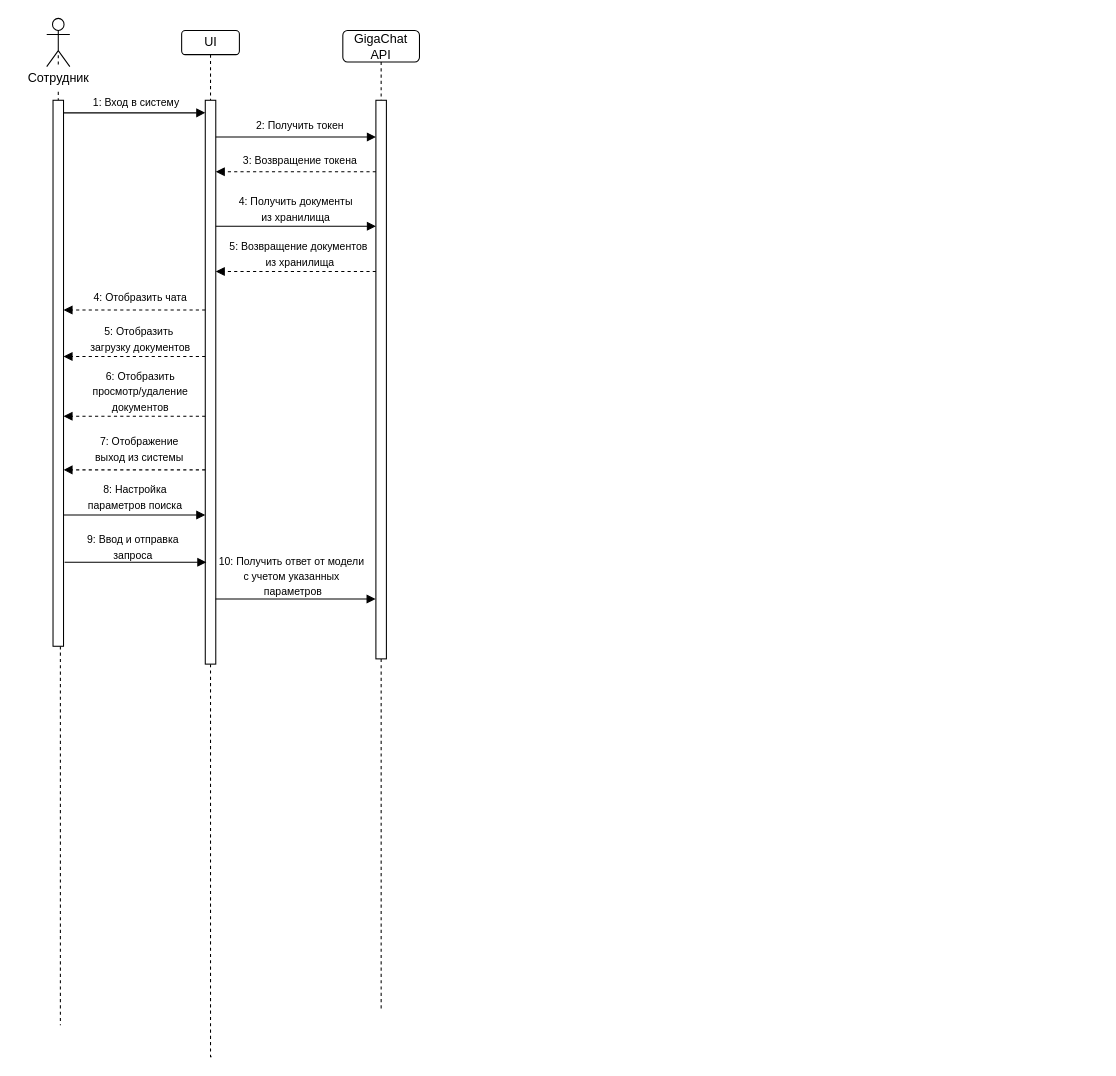
The draw.io diagram page "последовательности" (2 of 2) of 4 FOURTH COURSE/Semester 8/Диплом/Диаграмма без названия.drawio in egorbeckish/Baccalaureate, before the edit. Source tidied: cells renumbered, new cells numbered last; positions are measured from the earlier drawing's top-left corner, leaving out a move shared by most shapes. Both pictures are drawn from the tidied source at 105%, with x=0, y=0 at pixel (18, 18).
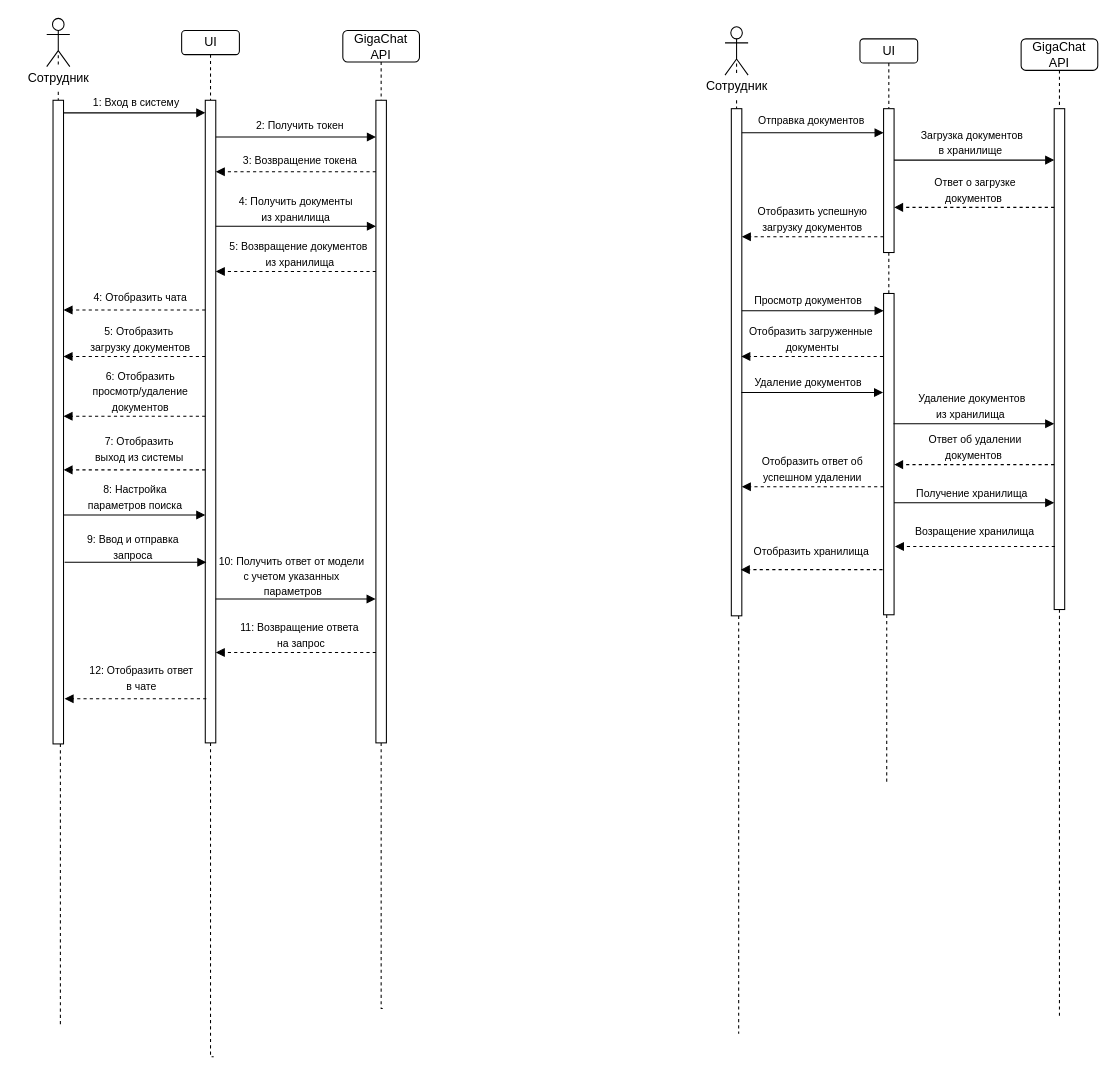
The same page after the edit.

Diff of the diagram source:
```diff
@@
     <mxCell id="11" style="html=1;points=[[0,0,0,0,5],[0,1,0,0,-5],[1,0,0,0,5],[1,1,0,0,-5]];perimeter=orthogonalPerimeter;outlineConnect=0;targetShapes=umlLifeline;portConstraint=eastwest;newEdgeStyle={&quot;curved&quot;:0,&quot;rounded&quot;:0};" parent="1" vertex="1">
-      <mxGeometry x="33" y="78" width="10" height="520" as="geometry" />
+      <mxGeometry x="33" y="78" width="10" height="613" as="geometry" />
     </mxCell>
@@
     <mxCell id="13" style="html=1;points=[[0,0,0,0,5],[0,1,0,0,-5],[1,0,0,0,5],[1,1,0,0,-5]];perimeter=orthogonalPerimeter;outlineConnect=0;targetShapes=umlLifeline;portConstraint=eastwest;newEdgeStyle={&quot;curved&quot;:0,&quot;rounded&quot;:0};" parent="1" vertex="1">
-      <mxGeometry x="178" y="78" width="10" height="537" as="geometry" />
+      <mxGeometry x="178" y="78" width="10" height="612" as="geometry" />
     </mxCell>
@@
     <mxCell id="15" style="html=1;points=[[0,0,0,0,5],[0,1,0,0,-5],[1,0,0,0,5],[1,1,0,0,-5]];perimeter=orthogonalPerimeter;outlineConnect=0;targetShapes=umlLifeline;portConstraint=eastwest;newEdgeStyle={&quot;curved&quot;:0,&quot;rounded&quot;:0};" parent="1" vertex="1">
-      <mxGeometry x="340.5" y="78" width="10" height="532" as="geometry" />
+      <mxGeometry x="340.5" y="78" width="10" height="612" as="geometry" />
     </mxCell>
@@
-    <mxCell id="29" value="&lt;font style=&quot;font-size: 10px;&quot;&gt;7: Отображение&lt;/font&gt;&lt;div&gt;&lt;font style=&quot;font-size: 10px;&quot;&gt;выход из системы&lt;/font&gt;&lt;/div&gt;" style="text;html=1;align=center;verticalAlign=middle;strokeColor=none;fillColor=none;" parent="1" vertex="1">
+    <mxCell id="29" value="&lt;font style=&quot;font-size: 10px;&quot;&gt;7: Отобразить&lt;/font&gt;&lt;div&gt;&lt;font style=&quot;font-size: 10px;&quot;&gt;выход из системы&lt;/font&gt;&lt;/div&gt;" style="text;html=1;align=center;verticalAlign=middle;strokeColor=none;fillColor=none;" parent="1" vertex="1">
       <mxGeometry x="64" y="389" width="102" height="41" as="geometry" />
     </mxCell>
@@
+    <mxCell id="40" style="endArrow=block;html=1;rounded=0;endFill=1;dashed=1;" parent="1" edge="1">
+      <mxGeometry relative="1" as="geometry">
+        <mxPoint x="340.5" y="604" as="sourcePoint" />
+        <mxPoint x="188" y="604" as="targetPoint" />
+      </mxGeometry>
+    </mxCell>
+    <mxCell id="41" value="&lt;font style=&quot;font-size: 10px;&quot;&gt;11: Возвращение ответа&amp;nbsp;&lt;/font&gt;&lt;div&gt;&lt;font style=&quot;font-size: 10px;&quot;&gt;на запрос&lt;/font&gt;&lt;/div&gt;" style="text;html=1;align=center;verticalAlign=middle;strokeColor=none;fillColor=none;" parent="1" vertex="1">
+      <mxGeometry x="202" y="566" width="133" height="41" as="geometry" />
+    </mxCell>
+    <mxCell id="42" style="endArrow=block;html=1;rounded=0;endFill=1;dashed=1;entryX=1;entryY=0.351;entryDx=0;entryDy=0;entryPerimeter=0;" parent="1" edge="1">
+      <mxGeometry relative="1" as="geometry">
+        <mxPoint x="179" y="648" as="sourcePoint" />
+        <mxPoint x="44" y="648" as="targetPoint" />
+      </mxGeometry>
+    </mxCell>
+    <mxCell id="43" value="&lt;font style=&quot;font-size: 10px;&quot;&gt;12: Отобразить ответ&lt;/font&gt;&lt;div&gt;&lt;font style=&quot;font-size: 10px;&quot;&gt;в чате&lt;/font&gt;&lt;/div&gt;" style="text;html=1;align=center;verticalAlign=middle;strokeColor=none;fillColor=none;" parent="1" vertex="1">
+      <mxGeometry x="58" y="607" width="117" height="41" as="geometry" />
+    </mxCell>
+    <mxCell id="44" style="shape=umlActor;verticalLabelPosition=bottom;verticalAlign=top;html=1;" parent="1" vertex="1">
+      <mxGeometry x="673" y="8" width="22" height="46" as="geometry" />
+    </mxCell>
+    <mxCell id="45" style="endArrow=none;dashed=1;html=1;rounded=0;entryX=0.5;entryY=0;entryDx=0;entryDy=0;entryPerimeter=0;" parent="1" edge="1" source="47">
+      <mxGeometry relative="1" as="geometry">
+        <mxPoint x="684" y="41" as="targetPoint" />
+      </mxGeometry>
+    </mxCell>
+    <mxCell id="46" style="edgeStyle=orthogonalEdgeStyle;rounded=0;jettySize=auto;html=1;dashed=1;endArrow=none;startFill=0;" parent="1" edge="1" source="52">
+      <mxGeometry relative="1" as="geometry">
+        <mxPoint x="686" y="967" as="targetPoint" />
+        <Array as="points">
+          <mxPoint x="686" y="680" />
+          <mxPoint x="686" y="680" />
+        </Array>
+      </mxGeometry>
+    </mxCell>
+    <mxCell id="47" value="Сотрудник" style="text;html=1;align=center;verticalAlign=middle;points=[];strokeColor=none;fillColor=none;" parent="1" vertex="1">
+      <mxGeometry x="646" y="52" width="76" height="26" as="geometry" />
+    </mxCell>
+    <mxCell id="48" value="UI" style="rounded=1;whiteSpace=wrap;html=1;" parent="1" vertex="1">
+      <mxGeometry x="801.5" y="19.5" width="55" height="23" as="geometry" />
+    </mxCell>
+    <mxCell id="49" style="edgeStyle=orthogonalEdgeStyle;rounded=0;jettySize=auto;html=1;endArrow=none;startFill=0;dashed=1;" parent="1" edge="1" source="55">
+      <mxGeometry relative="1" as="geometry">
+        <mxPoint x="993" y="951" as="targetPoint" />
+        <Array as="points">
+          <mxPoint x="991" y="490" />
+        </Array>
+      </mxGeometry>
+    </mxCell>
+    <mxCell id="50" value="GigaChat API" style="rounded=1;whiteSpace=wrap;html=1;" parent="1" vertex="1">
+      <mxGeometry x="955" y="19.5" width="73" height="30" as="geometry" />
+    </mxCell>
+    <mxCell id="51" style="edgeStyle=orthogonalEdgeStyle;rounded=0;jettySize=auto;html=1;dashed=1;endArrow=none;startFill=0;" parent="1" edge="1" source="47" target="52">
+      <mxGeometry relative="1" as="geometry">
+        <Array as="points">
+          <mxPoint x="682" y="111" />
+          <mxPoint x="682" y="111" />
+        </Array>
+      </mxGeometry>
+    </mxCell>
+    <mxCell id="52" style="html=1;points=[[0,0,0,0,5],[0,1,0,0,-5],[1,0,0,0,5],[1,1,0,0,-5]];perimeter=orthogonalPerimeter;outlineConnect=0;targetShapes=umlLifeline;portConstraint=eastwest;newEdgeStyle={&quot;curved&quot;:0,&quot;rounded&quot;:0};" parent="1" vertex="1">
+      <mxGeometry x="679" y="86" width="10" height="483" as="geometry" />
+    </mxCell>
+    <mxCell id="53" style="edgeStyle=orthogonalEdgeStyle;rounded=0;jettySize=auto;html=1;dashed=1;endArrow=none;startFill=0;" parent="1" edge="1" source="58">
+      <mxGeometry relative="1" as="geometry">
+        <mxPoint x="829" y="86" as="targetPoint" />
+        <Array as="points">
+          <mxPoint x="829" y="209" />
+        </Array>
+      </mxGeometry>
+    </mxCell>
+    <mxCell id="54" style="edgeStyle=orthogonalEdgeStyle;rounded=0;jettySize=auto;html=1;endArrow=none;startFill=0;dashed=1;" parent="1" edge="1" source="50" target="55">
+      <mxGeometry relative="1" as="geometry">
+        <Array as="points">
+          <mxPoint x="991" y="184" />
+          <mxPoint x="991" y="184" />
+        </Array>
+      </mxGeometry>
+    </mxCell>
+    <mxCell id="55" style="html=1;points=[[0,0,0,0,5],[0,1,0,0,-5],[1,0,0,0,5],[1,1,0,0,-5]];perimeter=orthogonalPerimeter;outlineConnect=0;targetShapes=umlLifeline;portConstraint=eastwest;newEdgeStyle={&quot;curved&quot;:0,&quot;rounded&quot;:0};" parent="1" vertex="1">
+      <mxGeometry x="986.5" y="86" width="10" height="477" as="geometry" />
+    </mxCell>
+    <mxCell id="56" style="edgeStyle=orthogonalEdgeStyle;rounded=0;jettySize=auto;html=1;dashed=1;endArrow=none;startFill=0;" parent="1" edge="1" source="48" target="58">
+      <mxGeometry relative="1" as="geometry">
+        <Array as="points">
+          <mxPoint x="829" y="123" />
+          <mxPoint x="829" y="123" />
+        </Array>
+      </mxGeometry>
+    </mxCell>
+    <mxCell id="57" style="edgeStyle=orthogonalEdgeStyle;rounded=0;jettySize=auto;html=1;dashed=1;endArrow=none;startFill=0;" parent="1" edge="1" source="68" target="58">
+      <mxGeometry relative="1" as="geometry">
+        <Array as="points">
+          <mxPoint x="829" y="242" />
+          <mxPoint x="829" y="242" />
+        </Array>
+      </mxGeometry>
+    </mxCell>
+    <mxCell id="58" style="html=1;points=[[0,0,0,0,5],[0,1,0,0,-5],[1,0,0,0,5],[1,1,0,0,-5]];perimeter=orthogonalPerimeter;outlineConnect=0;targetShapes=umlLifeline;portConstraint=eastwest;newEdgeStyle={&quot;curved&quot;:0,&quot;rounded&quot;:0};" parent="1" vertex="1">
+      <mxGeometry x="824" y="86" width="10" height="137" as="geometry" />
+    </mxCell>
+    <mxCell id="59" style="endArrow=block;html=1;rounded=0;endFill=1;entryX=0;entryY=0.071;entryDx=0;entryDy=0;entryPerimeter=0;" parent="1" edge="1">
+      <mxGeometry relative="1" as="geometry">
+        <mxPoint x="689" y="109" as="sourcePoint" />
+        <mxPoint x="824" y="109" as="targetPoint" />
+      </mxGeometry>
+    </mxCell>
+    <mxCell id="60" value="&lt;font style=&quot;font-size: 10px;&quot;&gt;Отправка документов&lt;/font&gt;" style="text;html=1;align=center;verticalAlign=middle;strokeColor=none;fillColor=none;" parent="1" vertex="1">
+      <mxGeometry x="695" y="84" width="119" height="26" as="geometry" />
+    </mxCell>
+    <mxCell id="61" style="endArrow=block;html=1;rounded=0;endFill=1;" parent="1" edge="1" target="55">
+      <mxGeometry relative="1" as="geometry">
+        <mxPoint x="834" y="135" as="sourcePoint" />
+      </mxGeometry>
+    </mxCell>
+    <mxCell id="62" value="&lt;font style=&quot;font-size: 10px;&quot;&gt;Загрузка документов&lt;/font&gt;&lt;div&gt;&lt;font style=&quot;font-size: 10px;&quot;&gt;в хранилище&amp;nbsp;&lt;/font&gt;&lt;/div&gt;" style="text;html=1;align=center;verticalAlign=middle;strokeColor=none;fillColor=none;" parent="1" vertex="1">
+      <mxGeometry x="850" y="97" width="115" height="41" as="geometry" />
+    </mxCell>
+    <mxCell id="63" style="endArrow=block;html=1;rounded=0;endFill=1;dashed=1;" parent="1" edge="1">
+      <mxGeometry relative="1" as="geometry">
+        <mxPoint x="986.5" y="180" as="sourcePoint" />
+        <mxPoint x="834" y="180" as="targetPoint" />
+      </mxGeometry>
+    </mxCell>
+    <mxCell id="64" value="&lt;font style=&quot;font-size: 10px;&quot;&gt;Ответ о загрузке&lt;/font&gt;&lt;div&gt;&lt;span style=&quot;font-size: 10px; background-color: transparent; color: light-dark(rgb(0, 0, 0), rgb(255, 255, 255));&quot;&gt;документов&amp;nbsp;&lt;/span&gt;&lt;/div&gt;" style="text;html=1;align=center;verticalAlign=middle;strokeColor=none;fillColor=none;" parent="1" vertex="1">
+      <mxGeometry x="863" y="142" width="95" height="41" as="geometry" />
+    </mxCell>
+    <mxCell id="65" style="endArrow=block;html=1;rounded=0;endFill=1;dashed=1;" parent="1" edge="1">
+      <mxGeometry relative="1" as="geometry">
+        <mxPoint x="824" y="208" as="sourcePoint" />
+        <mxPoint x="689" y="208" as="targetPoint" />
+      </mxGeometry>
+    </mxCell>
+    <mxCell id="66" value="&lt;font style=&quot;font-size: 10px;&quot;&gt;Отобразить успешную&lt;/font&gt;&lt;div&gt;&lt;font style=&quot;font-size: 10px;&quot;&gt;загрузку документов&lt;/font&gt;&lt;/div&gt;" style="text;html=1;align=center;verticalAlign=middle;strokeColor=none;fillColor=none;" parent="1" vertex="1">
+      <mxGeometry x="695" y="170" width="122" height="41" as="geometry" />
+    </mxCell>
+    <mxCell id="67" style="edgeStyle=orthogonalEdgeStyle;rounded=0;jettySize=auto;html=1;dashed=1;endArrow=none;startFill=0;" parent="1" edge="1" target="68">
+      <mxGeometry relative="1" as="geometry">
+        <mxPoint x="827" y="727" as="sourcePoint" />
+        <Array as="points">
+          <mxPoint x="827" y="563" />
+          <mxPoint x="828" y="563" />
+        </Array>
+      </mxGeometry>
+    </mxCell>
+    <mxCell id="68" style="html=1;points=[[0,0,0,0,5],[0,1,0,0,-5],[1,0,0,0,5],[1,1,0,0,-5]];perimeter=orthogonalPerimeter;outlineConnect=0;targetShapes=umlLifeline;portConstraint=eastwest;newEdgeStyle={&quot;curved&quot;:0,&quot;rounded&quot;:0};" parent="1" vertex="1">
+      <mxGeometry x="824" y="262" width="10" height="306" as="geometry" />
+    </mxCell>
+    <mxCell id="69" style="endArrow=block;html=1;rounded=0;endFill=1;entryX=0;entryY=0.071;entryDx=0;entryDy=0;entryPerimeter=0;" parent="1" edge="1">
+      <mxGeometry relative="1" as="geometry">
+        <mxPoint x="689" y="278.4" as="sourcePoint" />
+        <mxPoint x="824" y="278.4" as="targetPoint" />
+      </mxGeometry>
+    </mxCell>
+    <mxCell id="70" value="&lt;font style=&quot;font-size: 10px;&quot;&gt;Просмотр документов&lt;/font&gt;" style="text;html=1;align=center;verticalAlign=middle;strokeColor=none;fillColor=none;" parent="1" vertex="1">
+      <mxGeometry x="691" y="256" width="121" height="26" as="geometry" />
+    </mxCell>
+    <mxCell id="71" style="endArrow=block;html=1;rounded=0;endFill=1;dashed=1;" parent="1" edge="1">
+      <mxGeometry relative="1" as="geometry">
+        <mxPoint x="823.5" y="322" as="sourcePoint" />
+        <mxPoint x="688.5" y="322" as="targetPoint" />
+      </mxGeometry>
+    </mxCell>
+    <mxCell id="72" value="&lt;font style=&quot;font-size: 10px;&quot;&gt;Отобразить&amp;nbsp;&lt;/font&gt;&lt;span style=&quot;font-size: 10px; background-color: transparent; color: light-dark(rgb(0, 0, 0), rgb(255, 255, 255));&quot;&gt;загруженные&amp;nbsp;&lt;/span&gt;&lt;div&gt;&lt;span style=&quot;font-size: 10px; background-color: transparent; color: light-dark(rgb(0, 0, 0), rgb(255, 255, 255));&quot;&gt;документы&lt;/span&gt;&lt;/div&gt;" style="text;html=1;align=center;verticalAlign=middle;strokeColor=none;fillColor=none;" parent="1" vertex="1">
+      <mxGeometry x="686.5" y="284" width="138" height="41" as="geometry" />
+    </mxCell>
+    <mxCell id="73" style="endArrow=block;html=1;rounded=0;endFill=1;entryX=0;entryY=0.071;entryDx=0;entryDy=0;entryPerimeter=0;" parent="1" edge="1">
+      <mxGeometry relative="1" as="geometry">
+        <mxPoint x="688.5" y="356.4" as="sourcePoint" />
+        <mxPoint x="823.5" y="356.4" as="targetPoint" />
+      </mxGeometry>
+    </mxCell>
+    <mxCell id="74" value="&lt;font style=&quot;font-size: 10px;&quot;&gt;Удаление документов&lt;/font&gt;" style="text;html=1;align=center;verticalAlign=middle;strokeColor=none;fillColor=none;" parent="1" vertex="1">
+      <mxGeometry x="691.5" y="334" width="120" height="26" as="geometry" />
+    </mxCell>
+    <mxCell id="75" style="endArrow=block;html=1;rounded=0;endFill=1;" parent="1" edge="1">
+      <mxGeometry relative="1" as="geometry">
+        <mxPoint x="833.5" y="386" as="sourcePoint" />
+        <mxPoint x="986.5" y="386" as="targetPoint" />
+      </mxGeometry>
+    </mxCell>
+    <mxCell id="76" value="&lt;div&gt;&lt;font style=&quot;font-size: 10px;&quot;&gt;Удаление документов&lt;/font&gt;&lt;/div&gt;&lt;div&gt;&lt;font style=&quot;font-size: 10px;&quot;&gt;из хранилища&amp;nbsp;&lt;/font&gt;&lt;/div&gt;" style="text;html=1;align=center;verticalAlign=middle;strokeColor=none;fillColor=none;" parent="1" vertex="1">
+      <mxGeometry x="847.5" y="348" width="120" height="41" as="geometry" />
+    </mxCell>
+    <mxCell id="77" style="endArrow=block;html=1;rounded=0;endFill=1;dashed=1;" parent="1" edge="1">
+      <mxGeometry relative="1" as="geometry">
+        <mxPoint x="986.5" y="425" as="sourcePoint" />
+        <mxPoint x="834" y="425" as="targetPoint" />
+      </mxGeometry>
+    </mxCell>
+    <mxCell id="78" value="&lt;font style=&quot;font-size: 10px;&quot;&gt;Ответ об удалении&lt;/font&gt;&lt;div&gt;&lt;span style=&quot;font-size: 10px; background-color: transparent; color: light-dark(rgb(0, 0, 0), rgb(255, 255, 255));&quot;&gt;документов&amp;nbsp;&lt;/span&gt;&lt;/div&gt;" style="text;html=1;align=center;verticalAlign=middle;strokeColor=none;fillColor=none;" parent="1" vertex="1">
+      <mxGeometry x="858" y="387" width="106" height="41" as="geometry" />
+    </mxCell>
+    <mxCell id="79" style="endArrow=block;html=1;rounded=0;endFill=1;dashed=1;" parent="1" edge="1">
+      <mxGeometry relative="1" as="geometry">
+        <mxPoint x="824" y="446" as="sourcePoint" />
+        <mxPoint x="689" y="446" as="targetPoint" />
+      </mxGeometry>
+    </mxCell>
+    <mxCell id="80" value="&lt;font style=&quot;font-size: 10px;&quot;&gt;Отобразить ответ об&lt;/font&gt;&lt;div&gt;&lt;font style=&quot;font-size: 10px;&quot;&gt;успешном удалении&lt;/font&gt;&lt;/div&gt;" style="text;html=1;align=center;verticalAlign=middle;strokeColor=none;fillColor=none;" parent="1" vertex="1">
+      <mxGeometry x="699" y="408" width="114" height="41" as="geometry" />
+    </mxCell>
+    <mxCell id="81" style="endArrow=block;html=1;rounded=0;endFill=1;" parent="1" edge="1" target="55">
+      <mxGeometry relative="1" as="geometry">
+        <mxPoint x="834" y="461.4" as="sourcePoint" />
+      </mxGeometry>
+    </mxCell>
+    <mxCell id="82" value="&lt;font style=&quot;font-size: 10px;&quot;&gt;Получение хранилища&lt;/font&gt;" style="text;html=1;align=center;verticalAlign=middle;strokeColor=none;fillColor=none;" parent="1" vertex="1">
+      <mxGeometry x="845.5" y="439" width="124" height="26" as="geometry" />
+    </mxCell>
+    <mxCell id="83" style="endArrow=block;html=1;rounded=0;endFill=1;dashed=1;" parent="1" edge="1">
+      <mxGeometry relative="1" as="geometry">
+        <mxPoint x="987.2" y="503" as="sourcePoint" />
+        <mxPoint x="834.8" y="503" as="targetPoint" />
+      </mxGeometry>
+    </mxCell>
+    <mxCell id="84" value="&lt;div&gt;&lt;span style=&quot;font-size: 10px; background-color: transparent; color: light-dark(rgb(0, 0, 0), rgb(255, 255, 255));&quot;&gt;Возращение хранилища&amp;nbsp;&lt;/span&gt;&lt;/div&gt;" style="text;html=1;align=center;verticalAlign=middle;strokeColor=none;fillColor=none;" parent="1" vertex="1">
+      <mxGeometry x="844.8" y="476" width="134" height="26" as="geometry" />
+    </mxCell>
+    <mxCell id="85" style="endArrow=block;html=1;rounded=0;endFill=1;dashed=1;" parent="1" edge="1">
+      <mxGeometry relative="1" as="geometry">
+        <mxPoint x="823" y="525" as="sourcePoint" />
+        <mxPoint x="688" y="525" as="targetPoint" />
+      </mxGeometry>
+    </mxCell>
+    <mxCell id="86" value="&lt;span style=&quot;font-size: 10px;&quot;&gt;Отобразить хранилища&lt;/span&gt;" style="text;html=1;align=center;verticalAlign=middle;strokeColor=none;fillColor=none;" parent="1" vertex="1">
+      <mxGeometry x="691" y="495" width="128" height="26" as="geometry" />
+    </mxCell>
```
